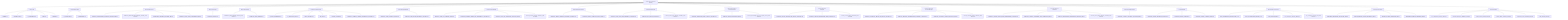
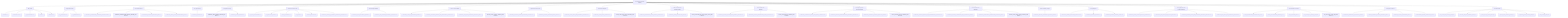
graph TD
    root["ToneSoul Documentation Authority"]
    root --> entrypoints["Entry Points"]
    entrypoints --> entrypoints_1["README.md"]
    entrypoints --> entrypoints_2["README.zh-TW.md"]
    entrypoints --> entrypoints_3["AI_ONBOARDING.md"]
    entrypoints --> entrypoints_4["INDEX.md"]
    entrypoints --> entrypoints_5["README.md"]
    root --> ai_operational_guides["AI Operational Guides"]
    ai_operational_guides --> ai_operational_guides_1["AI_QUICKSTART.md"]
    ai_operational_guides --> ai_operational_guides_2["AI_REFERENCE.md"]
    root --> canonical_architecture["Canonical Architecture"]
    canonical_architecture --> canonical_architecture_1["TONESOUL_EXTERNALIZED_COGNITIVE_ARCHITECTURE.md"]
    canonical_architecture --> canonical_architecture_2["TONESOUL_ARCHITECTURE_MEMORY_ANCHOR_2026-03-22.md"]
    canonical_architecture --> canonical_architecture_3["KNOWLEDGE_SURFACES_BOUNDARY_MAP.md"]
    canonical_architecture --> canonical_architecture_4["TONESOUL_EIGHT_LAYER_CONVERGENCE_MAP.md"]
    root --> deep_system_maps["Deep System Maps"]
    deep_system_maps --> deep_system_maps_1["TONESOUL_ANATOMY.md"]
    root --> interpretive_readings["Interpretive Readings"]
    interpretive_readings --> interpretive_readings_1["TONESOUL_DEEP_READING_ANCHOR_2026-03-26.md"]
    interpretive_readings --> interpretive_readings_2["TONESOUL_CODEX_READING.md"]
    root --> governance_execution["Governance And Execution"]
    governance_execution --> governance_execution_1["7D_AUDIT_FRAMEWORK.md"]
    governance_execution --> governance_execution_2["7D_EXECUTION_SPEC.md"]
    governance_execution --> governance_execution_3["AUDIT_CONTRACT.md"]
    governance_execution --> governance_execution_4["API_SPEC.md"]
    governance_execution --> governance_execution_5["COUNCIL_RUNTIME.md"]
    governance_execution --> governance_execution_6["TONESOUL_SHARED_R_MEMORY_OPERATIONS_CONTRACT.md"]
    root --> claim_authority_distillation["Claim Authority Distillation"]
    claim_authority_distillation --> claim_authority_distillation_1["TONESOUL_CLAIM_AUTHORITY_MATRIX.md"]
    claim_authority_distillation --> claim_authority_distillation_2["TONESOUL_LAW_RUNTIME_BOUNDARY_CONTRACT.md"]
    root --> evidence_topology_and_verifiability["Evidence And Verifiability"]
    evidence_topology_and_verifiability --> evidence_topology_and_verifiability_1["TONESOUL_CLAIM_TO_EVIDENCE_MATRIX.md"]
    evidence_topology_and_verifiability --> evidence_topology_and_verifiability_2["TONESOUL_EVIDENCE_LADDER_AND_VERIFIABILITY_CONTRACT.md"]
    evidence_topology_and_verifiability --> evidence_topology_and_verifiability_3["TONESOUL_TEST_AND_VALIDATION_TOPOLOGY_MAP.md"]
    evidence_topology_and_verifiability --> evidence_topology_and_verifiability_4["tonesoul_evidence_followup_candidates_2026-03-29.md"]
    root --> subject_refresh_boundaries["Subject Refresh Boundaries"]
    subject_refresh_boundaries --> subject_refresh_boundaries_1["TONESOUL_SUBJECT_REFRESH_BOUNDARY_CONTRACT.md"]
    subject_refresh_boundaries --> subject_refresh_boundaries_2["TONESOUL_SUBJECT_SNAPSHOT_FIELD_LANES.md"]
    root --> control_plane_discipline["Control Plane Discipline"]
    control_plane_discipline --> control_plane_discipline_1["TONESOUL_TASK_TRACK_AND_READINESS_CONTRACT.md"]
    control_plane_discipline --> control_plane_discipline_2["TONESOUL_PLAN_DELTA_CONTRACT.md"]
    control_plane_discipline --> control_plane_discipline_3["tonesoul_control_plane_followup_candidates_2026-03-28.md"]
    root --> observable_shell_and_axiom_boundaries["Observable-Shell And Axiom Boundaries"]
    observable_shell_and_axiom_boundaries --> observable_shell_and_axiom_boundaries_1["TONESOUL_OBSERVABLE_SHELL_OPACITY_CONTRACT.md"]
    observable_shell_and_axiom_boundaries --> observable_shell_and_axiom_boundaries_2["TONESOUL_AXIOM_FALSIFICATION_MAP.md"]
    observable_shell_and_axiom_boundaries --> observable_shell_and_axiom_boundaries_3["tonesoul_observability_and_axiom_adoption_review_2026-03-28.md"]
    root --> council_deliberation_discipline["Council Deliberation Discipline"]
    council_deliberation_discipline --> council_deliberation_discipline_1["TONESOUL_COUNCIL_DOSSIER_AND_DISSENT_CONTRACT.md"]
    council_deliberation_discipline --> council_deliberation_discipline_2["TONESOUL_ADAPTIVE_DELIBERATION_MODE_CONTRACT.md"]
    council_deliberation_discipline --> council_deliberation_discipline_3["tonesoul_council_followup_candidates_2026-03-28.md"]
    root --> continuity_import_and_receiver_discipline["Continuity Import And Receiver Discipline"]
    continuity_import_and_receiver_discipline --> continuity_import_and_receiver_discipline_1["TONESOUL_CONTINUITY_IMPORT_AND_DECAY_CONTRACT.md"]
    continuity_import_and_receiver_discipline --> continuity_import_and_receiver_discipline_2["TONESOUL_RECEIVER_INTERPRETATION_BOUNDARY_CONTRACT.md"]
    continuity_import_and_receiver_discipline --> continuity_import_and_receiver_discipline_3["TONESOUL_CONTINUITY_SURFACE_LIFECYCLE_MAP.md"]
    continuity_import_and_receiver_discipline --> continuity_import_and_receiver_discipline_4["tonesoul_continuity_followup_candidates_2026-03-29.md"]
    root --> council_realism_and_calibration["Council Realism And Calibration"]
    council_realism_and_calibration --> council_realism_and_calibration_1["TONESOUL_COUNCIL_REALISM_AND_INDEPENDENCE_CONTRACT.md"]
    council_realism_and_calibration --> council_realism_and_calibration_2["TONESOUL_COUNCIL_CONFIDENCE_AND_CALIBRATION_MAP.md"]
    council_realism_and_calibration --> council_realism_and_calibration_3["TONESOUL_ADVERSARIAL_DELIBERATION_ADOPTION_MAP.md"]
    council_realism_and_calibration --> council_realism_and_calibration_4["tonesoul_council_realism_followup_candidates_2026-03-29.md"]
    root --> context_continuity_adoption["Context Continuity Adoption"]
    context_continuity_adoption --> context_continuity_adoption_1["TONESOUL_CONTEXT_CONTINUITY_ADOPTION_MAP.md"]
    root --> prompt_discipline_skeleton["Prompt Discipline"]
    prompt_discipline_skeleton --> prompt_discipline_skeleton_1["TONESOUL_PROMPT_DISCIPLINE_SKELETON.md"]
    prompt_discipline_skeleton --> prompt_discipline_skeleton_2["TONESOUL_PROMPT_VARIANTS.md"]
    prompt_discipline_skeleton --> prompt_discipline_skeleton_3["TONESOUL_PROMPT_STARTER_CARDS.md"]
+     root --> reality_alignment_and_render_boundaries["Reality Alignment And Render Boundaries"]
+     reality_alignment_and_render_boundaries --> reality_alignment_and_render_boundaries_1["TONESOUL_ENTRY_SURFACE_REALITY_BASELINE.md"]
+     reality_alignment_and_render_boundaries --> reality_alignment_and_render_boundaries_2["TONESOUL_DOC_METRIC_AND_COUNT_METHOD.md"]
+     reality_alignment_and_render_boundaries --> reality_alignment_and_render_boundaries_3["TONESOUL_RENDER_LAYER_AND_ENCODING_BOUNDARY_CONTRACT.md"]
+     reality_alignment_and_render_boundaries --> reality_alignment_and_render_boundaries_4["TONESOUL_DOC_DRIFT_AND_CONFLICT_REGISTER.md"]
    root --> doc_governance["Documentation Governance"]
    doc_governance --> doc_governance_1["DOCS_INFORMATION_ARCHITECTURE_v1.md"]
    doc_governance --> doc_governance_2["DOCS_CLASSIFICATION_LEDGER_v1.md"]
    doc_governance --> doc_governance_3["FILE_PURPOSE_MAP.md"]
    doc_governance --> doc_governance_4["doc_convergence_inventory_latest.json"]
    doc_governance --> doc_governance_5["doc_convergence_cleanup_plan_2026-03-22.md"]
    root --> convergence_contracts["Convergence Contracts"]
    convergence_contracts --> convergence_contracts_1["BASENAME_DIVERGENCE_DISTILLATION_MAP.md"]
    convergence_contracts --> convergence_contracts_2["PRIVATE_MEMORY_SHADOW_BOUNDARY_MAP.md"]
    convergence_contracts --> convergence_contracts_3["PARADOX_FIXTURE_OWNERSHIP_MAP.md"]
    convergence_contracts --> convergence_contracts_4["ENGINEERING_MIRROR_OWNERSHIP_MAP.md"]
    root --> generated_status["Generated Status"]
    generated_status --> generated_status_1["doc_convergence_inventory_latest.json"]
    generated_status --> generated_status_2["basename_divergence_distillation_latest.json"]
    generated_status --> generated_status_3["private_memory_shadow_latest.json"]
    generated_status --> generated_status_4["paradox_fixture_ownership_latest.json"]
    generated_status --> generated_status_5["engineering_mirror_ownership_latest.json"]
    generated_status --> generated_status_6["claim_authority_latest.json"]
